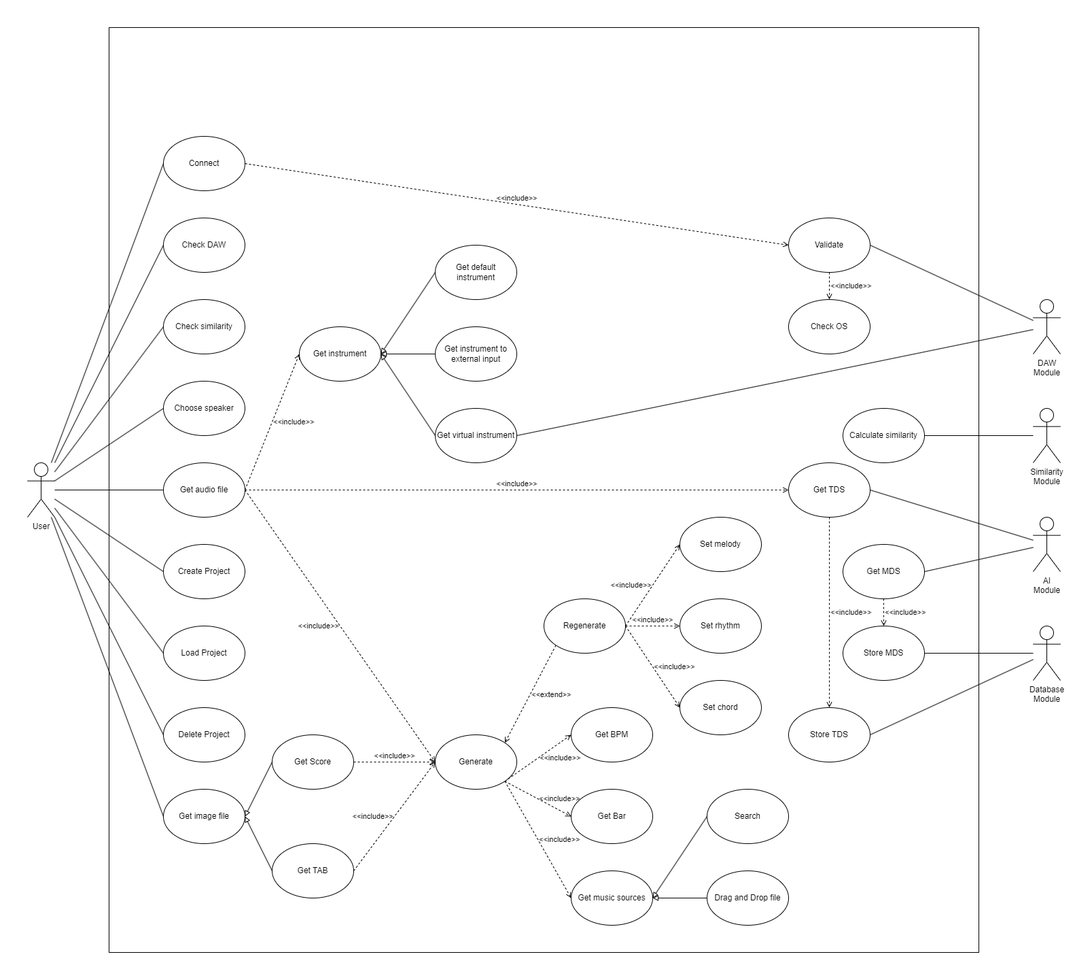
Before: UsecaseDiagram.png, a diagram exported from draw.io (yuz95a/yuz95a.github.io). Source tidied: cells renumbered, new cells last; positions are measured from the earlier drawing's top-left corner, leaving out a move shared by most shapes.
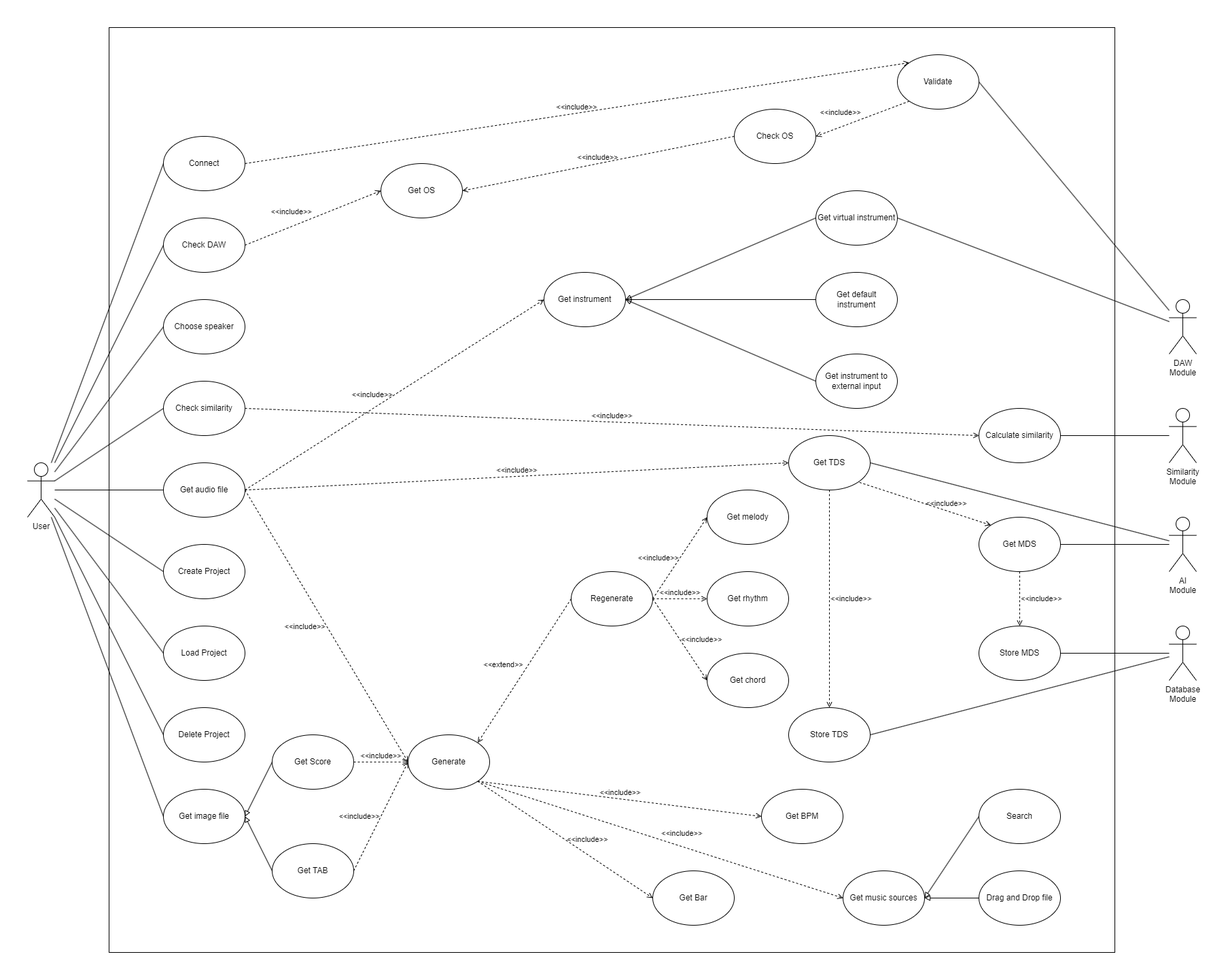
Later version of the same file.

Diff of the diagram source:
```diff
@@ -8,3 +8,3 @@
     <mxCell id="3" style="rounded=0;whiteSpace=wrap;html=1;fillColor=none;" parent="1" vertex="1">
-      <mxGeometry x="120" width="1280" height="1360" as="geometry" />
+      <mxGeometry x="120" width="1480" height="1360" as="geometry" />
     </mxCell>
@@ -13,3 +13,3 @@
     </mxCell>
-    <mxCell id="5" value="&amp;lt;&amp;lt;include&amp;gt;&amp;gt;" style="rounded=0;jettySize=auto;html=1;exitX=0.5;exitY=1;exitDx=0;exitDy=0;entryX=0.5;entryY=0;entryDx=0;entryDy=0;endArrow=open;endFill=0;dashed=1;labelBackgroundColor=none;verticalAlign=middle;labelPosition=right;verticalLabelPosition=middle;align=left;" parent="1" edge="1" source="6" target="78">
+    <mxCell id="5" value="&amp;lt;&amp;lt;include&amp;gt;&amp;gt;" style="rounded=0;jettySize=auto;html=1;exitX=0;exitY=1;exitDx=0;exitDy=0;entryX=1;entryY=0.5;entryDx=0;entryDy=0;endArrow=open;endFill=0;dashed=1;labelBackgroundColor=none;verticalAlign=bottom;labelPosition=left;verticalLabelPosition=top;align=right;" parent="1" edge="1" source="6" target="78">
       <mxGeometry relative="1" as="geometry" />
@@ -17,3 +17,3 @@
     <mxCell id="6" value="Validate" style="ellipse;whiteSpace=wrap;html=1;" parent="1" vertex="1">
-      <mxGeometry x="1120" y="280" width="120" height="80" as="geometry" />
+      <mxGeometry x="1280" y="40" width="120" height="80" as="geometry" />
     </mxCell>
@@ -23,3 +23,3 @@
     <mxCell id="8" value="Calculate similarity" style="ellipse;whiteSpace=wrap;html=1;" parent="1" vertex="1">
-      <mxGeometry x="1200" y="560" width="120" height="80" as="geometry" />
+      <mxGeometry x="1400" y="560" width="120" height="80" as="geometry" />
     </mxCell>
@@ -37,6 +37,6 @@
     </mxCell>
-    <mxCell id="13" value="&amp;lt;&amp;lt;include&amp;gt;&amp;gt;" style="rounded=0;jettySize=auto;html=1;exitX=1;exitY=1;exitDx=0;exitDy=0;entryX=0;entryY=0.5;entryDx=0;entryDy=0;dashed=1;endArrow=open;endFill=0;labelBackgroundColor=none;verticalAlign=middle;labelPosition=right;verticalLabelPosition=middle;align=left;" parent="1" edge="1" source="16" target="22">
+    <mxCell id="13" value="&amp;lt;&amp;lt;include&amp;gt;&amp;gt;" style="rounded=0;jettySize=auto;html=1;exitX=1;exitY=1;exitDx=0;exitDy=0;entryX=0;entryY=0.5;entryDx=0;entryDy=0;dashed=1;endArrow=open;endFill=0;labelBackgroundColor=none;verticalAlign=bottom;labelPosition=right;verticalLabelPosition=top;align=left;" parent="1" edge="1" source="16" target="22">
       <mxGeometry relative="1" as="geometry" />
     </mxCell>
-    <mxCell id="14" value="&amp;lt;&amp;lt;include&amp;gt;&amp;gt;" style="rounded=0;jettySize=auto;html=1;exitX=1;exitY=1;exitDx=0;exitDy=0;entryX=0;entryY=0.5;entryDx=0;entryDy=0;dashed=1;endArrow=open;endFill=0;labelBackgroundColor=none;verticalAlign=middle;labelPosition=right;verticalLabelPosition=middle;align=left;" parent="1" edge="1" source="16" target="52">
+    <mxCell id="14" value="&amp;lt;&amp;lt;include&amp;gt;&amp;gt;" style="rounded=0;jettySize=auto;html=1;exitX=1;exitY=1;exitDx=0;exitDy=0;entryX=0;entryY=0.5;entryDx=0;entryDy=0;dashed=1;endArrow=open;endFill=0;labelBackgroundColor=none;verticalAlign=bottom;labelPosition=center;verticalLabelPosition=top;align=center;" parent="1" edge="1" source="16" target="52">
       <mxGeometry relative="1" as="geometry" />
@@ -47,5 +47,5 @@
     <mxCell id="16" value="Generate" style="ellipse;whiteSpace=wrap;html=1;" parent="1" vertex="1">
-      <mxGeometry x="600" y="1040" width="120" height="80" as="geometry" />
+      <mxGeometry x="560" y="1040" width="120" height="80" as="geometry" />
     </mxCell>
-    <mxCell id="17" value="&amp;lt;&amp;lt;extend&amp;gt;&amp;gt;" style="rounded=0;jettySize=auto;html=1;exitX=0;exitY=1;exitDx=0;exitDy=0;entryX=1;entryY=0;entryDx=0;entryDy=0;dashed=1;endArrow=open;endFill=0;labelBackgroundColor=none;verticalAlign=middle;labelPosition=right;verticalLabelPosition=middle;align=left;" parent="1" edge="1" source="21" target="16">
+    <mxCell id="17" value="&amp;lt;&amp;lt;extend&amp;gt;&amp;gt;" style="rounded=0;jettySize=auto;html=1;exitX=0;exitY=0.5;exitDx=0;exitDy=0;entryX=1;entryY=0;entryDx=0;entryDy=0;dashed=1;endArrow=open;endFill=0;labelBackgroundColor=none;verticalAlign=bottom;labelPosition=left;verticalLabelPosition=top;align=right;" parent="1" edge="1" source="21" target="16">
       <mxGeometry relative="1" as="geometry" />
@@ -62,9 +62,9 @@
     <mxCell id="21" value="Regenerate" style="ellipse;whiteSpace=wrap;html=1;" parent="1" vertex="1">
-      <mxGeometry x="760" y="840" width="120" height="80" as="geometry" />
+      <mxGeometry x="800" y="800" width="120" height="80" as="geometry" />
     </mxCell>
     <mxCell id="22" value="Get music sources" style="ellipse;whiteSpace=wrap;html=1;" parent="1" vertex="1">
-      <mxGeometry x="800" y="1240" width="120" height="80" as="geometry" />
+      <mxGeometry x="1200" y="1240" width="120" height="80" as="geometry" />
     </mxCell>
     <mxCell id="23" value="Get instrument" style="ellipse;whiteSpace=wrap;html=1;" parent="1" vertex="1">
-      <mxGeometry x="400" y="440" width="120" height="80" as="geometry" />
+      <mxGeometry x="760" y="360" width="120" height="80" as="geometry" />
     </mxCell>
@@ -77,3 +77,3 @@
     <mxCell id="26" value="Get virtual instrument" style="ellipse;whiteSpace=wrap;html=1;" parent="1" vertex="1">
-      <mxGeometry x="600" y="560" width="120" height="80" as="geometry" />
+      <mxGeometry x="1160" y="240" width="120" height="80" as="geometry" />
     </mxCell>
@@ -83,3 +83,3 @@
     <mxCell id="28" value="Get default instrument" style="ellipse;whiteSpace=wrap;html=1;" parent="1" vertex="1">
-      <mxGeometry x="600" y="320" width="120" height="80" as="geometry" />
+      <mxGeometry x="1160" y="360" width="120" height="80" as="geometry" />
     </mxCell>
@@ -89,3 +89,3 @@
     <mxCell id="30" value="Get instrument to external input" style="ellipse;whiteSpace=wrap;html=1;" parent="1" vertex="1">
-      <mxGeometry x="600" y="440" width="120" height="80" as="geometry" />
+      <mxGeometry x="1160" y="480" width="120" height="80" as="geometry" />
     </mxCell>
@@ -118,3 +118,3 @@
     </mxCell>
-    <mxCell id="40" value="&amp;lt;&amp;lt;include&amp;gt;&amp;gt;" style="rounded=0;jettySize=auto;html=1;exitX=1;exitY=0.5;exitDx=0;exitDy=0;entryX=0;entryY=0.5;entryDx=0;entryDy=0;dashed=1;endArrow=open;endFill=0;labelBackgroundColor=none;verticalAlign=bottom;" parent="1" edge="1" source="41" target="6">
+    <mxCell id="40" value="&amp;lt;&amp;lt;include&amp;gt;&amp;gt;" style="rounded=0;jettySize=auto;html=1;exitX=1;exitY=0.5;exitDx=0;exitDy=0;entryX=0;entryY=0;entryDx=0;entryDy=0;dashed=1;endArrow=open;endFill=0;labelBackgroundColor=none;verticalAlign=bottom;" parent="1" edge="1" source="41" target="6">
       <mxGeometry relative="1" as="geometry" />
@@ -124,10 +124,10 @@
     </mxCell>
-    <mxCell id="42" value="Set rhythm" style="ellipse;whiteSpace=wrap;html=1;" parent="1" vertex="1">
-      <mxGeometry x="960" y="840" width="120" height="80" as="geometry" />
+    <mxCell id="42" value="Get rhythm" style="ellipse;whiteSpace=wrap;html=1;" parent="1" vertex="1">
+      <mxGeometry x="1000" y="800" width="120" height="80" as="geometry" />
     </mxCell>
-    <mxCell id="43" value="Set melody" style="ellipse;whiteSpace=wrap;html=1;" parent="1" vertex="1">
-      <mxGeometry x="960" y="720" width="120" height="80" as="geometry" />
+    <mxCell id="43" value="Get melody" style="ellipse;whiteSpace=wrap;html=1;" parent="1" vertex="1">
+      <mxGeometry x="1000" y="680" width="120" height="80" as="geometry" />
     </mxCell>
-    <mxCell id="44" value="Set chord" style="ellipse;whiteSpace=wrap;html=1;" parent="1" vertex="1">
-      <mxGeometry x="960" y="960" width="120" height="80" as="geometry" />
+    <mxCell id="44" value="&lt;div&gt;&lt;span style=&quot;background-color: initial;&quot;&gt;Get chord&lt;/span&gt;&lt;br&gt;&lt;/div&gt;" style="ellipse;whiteSpace=wrap;html=1;" parent="1" vertex="1">
+      <mxGeometry x="1000" y="920" width="120" height="80" as="geometry" />
     </mxCell>
@@ -136,3 +136,3 @@
     </mxCell>
-    <mxCell id="46" value="&amp;lt;&amp;lt;include&amp;gt;&amp;gt;" style="rounded=0;jettySize=auto;html=1;exitX=1;exitY=0.5;exitDx=0;exitDy=0;entryX=0;entryY=0.5;entryDx=0;entryDy=0;endArrow=open;endFill=0;dashed=1;verticalAlign=middle;labelBackgroundColor=none;labelPosition=right;verticalLabelPosition=middle;align=left;" parent="1" edge="1" source="49" target="23">
+    <mxCell id="46" value="&amp;lt;&amp;lt;include&amp;gt;&amp;gt;" style="rounded=0;jettySize=auto;html=1;exitX=1;exitY=0.5;exitDx=0;exitDy=0;entryX=0;entryY=0.5;entryDx=0;entryDy=0;endArrow=open;endFill=0;dashed=1;verticalAlign=middle;labelBackgroundColor=none;labelPosition=left;verticalLabelPosition=middle;align=right;" parent="1" edge="1" source="49" target="23">
       <mxGeometry relative="1" as="geometry" />
@@ -155,6 +155,6 @@
     <mxCell id="52" value="Get BPM" style="ellipse;whiteSpace=wrap;html=1;" parent="1" vertex="1">
-      <mxGeometry x="800" y="1000" width="120" height="80" as="geometry" />
+      <mxGeometry x="1080" y="1120" width="120" height="80" as="geometry" />
     </mxCell>
     <mxCell id="53" value="Get Bar" style="ellipse;whiteSpace=wrap;html=1;" parent="1" vertex="1">
-      <mxGeometry x="800" y="1120" width="120" height="80" as="geometry" />
+      <mxGeometry x="920" y="1240" width="120" height="80" as="geometry" />
     </mxCell>
@@ -164,3 +164,3 @@
     <mxCell id="55" value="Choose speaker" style="ellipse;whiteSpace=wrap;html=1;" parent="1" vertex="1">
-      <mxGeometry x="200" y="520" width="120" height="80" as="geometry" />
+      <mxGeometry x="200" y="400" width="120" height="80" as="geometry" />
     </mxCell>
@@ -169,2 +169,5 @@
     </mxCell>
+    <mxCell id="79" value="&amp;lt;&amp;lt;include&amp;gt;&amp;gt;" style="rounded=0;jettySize=auto;html=1;exitX=1;exitY=0.5;exitDx=0;exitDy=0;entryX=0;entryY=0.5;entryDx=0;entryDy=0;labelBackgroundColor=none;labelPosition=left;verticalLabelPosition=top;align=right;verticalAlign=bottom;dashed=1;endArrow=open;endFill=0;" parent="1" edge="1" source="57" target="82">
+      <mxGeometry relative="1" as="geometry" />
+    </mxCell>
     <mxCell id="57" value="Check DAW" style="ellipse;whiteSpace=wrap;html=1;" parent="1" vertex="1">
@@ -176,3 +179,3 @@
     <mxCell id="59" value="Search" style="ellipse;whiteSpace=wrap;html=1;" parent="1" vertex="1">
-      <mxGeometry x="1000" y="1120" width="120" height="80" as="geometry" />
+      <mxGeometry x="1400" y="1120" width="120" height="80" as="geometry" />
     </mxCell>
@@ -182,15 +185,15 @@
     <mxCell id="61" value="Drag and Drop file" style="ellipse;whiteSpace=wrap;html=1;" parent="1" vertex="1">
-      <mxGeometry x="1000" y="1240" width="120" height="80" as="geometry" />
+      <mxGeometry x="1400" y="1240" width="120" height="80" as="geometry" />
     </mxCell>
     <mxCell id="62" value="AI&lt;div&gt;Module&lt;/div&gt;" style="shape=umlActor;verticalLabelPosition=bottom;verticalAlign=top;html=1;outlineConnect=0;" parent="1" vertex="1">
-      <mxGeometry x="1480" y="720" width="40" height="80" as="geometry" />
+      <mxGeometry x="1680" y="720" width="40" height="80" as="geometry" />
     </mxCell>
     <mxCell id="63" value="Database&lt;div&gt;Module&lt;/div&gt;" style="shape=umlActor;verticalLabelPosition=bottom;verticalAlign=top;html=1;outlineConnect=0;" parent="1" vertex="1">
-      <mxGeometry x="1480" y="880" width="40" height="80" as="geometry" />
+      <mxGeometry x="1680" y="880" width="40" height="80" as="geometry" />
     </mxCell>
     <mxCell id="64" value="DAW&lt;div&gt;Module&lt;/div&gt;" style="shape=umlActor;verticalLabelPosition=bottom;verticalAlign=top;html=1;outlineConnect=0;" parent="1" vertex="1">
-      <mxGeometry x="1480" y="400" width="40" height="80" as="geometry" />
+      <mxGeometry x="1680" y="400" width="40" height="80" as="geometry" />
     </mxCell>
     <mxCell id="65" value="Similarity&lt;div&gt;Module&lt;/div&gt;" style="shape=umlActor;verticalLabelPosition=bottom;verticalAlign=top;html=1;outlineConnect=0;" parent="1" vertex="1">
-      <mxGeometry x="1480" y="560" width="40" height="80" as="geometry" />
+      <mxGeometry x="1680" y="560" width="40" height="80" as="geometry" />
     </mxCell>
@@ -202,4 +205,7 @@
     </mxCell>
+    <mxCell id="80" value="&amp;lt;&amp;lt;include&amp;gt;&amp;gt;" style="rounded=0;jettySize=auto;html=1;exitX=0;exitY=0;exitDx=0;exitDy=0;entryX=1;entryY=1;entryDx=0;entryDy=0;labelBackgroundColor=none;labelPosition=right;verticalLabelPosition=middle;align=left;verticalAlign=middle;dashed=1;endArrow=none;endFill=0;startArrow=open;startFill=0;" parent="1" edge="1" source="68" target="71">
+      <mxGeometry relative="1" as="geometry" />
+    </mxCell>
     <mxCell id="68" value="Get MDS" style="ellipse;whiteSpace=wrap;html=1;" parent="1" vertex="1">
-      <mxGeometry x="1200" y="760" width="120" height="80" as="geometry" />
+      <mxGeometry x="1400" y="720" width="120" height="80" as="geometry" />
     </mxCell>
@@ -212,3 +218,3 @@
     <mxCell id="71" value="Get TDS" style="ellipse;whiteSpace=wrap;html=1;" parent="1" vertex="1">
-      <mxGeometry x="1120" y="640" width="120" height="80" as="geometry" />
+      <mxGeometry x="1120" y="600" width="120" height="80" as="geometry" />
     </mxCell>
@@ -224,3 +230,3 @@
     <mxCell id="75" value="Store MDS" style="ellipse;whiteSpace=wrap;html=1;" parent="1" vertex="1">
-      <mxGeometry x="1200" y="880" width="120" height="80" as="geometry" />
+      <mxGeometry x="1400" y="880" width="120" height="80" as="geometry" />
     </mxCell>
@@ -229,8 +235,17 @@
     </mxCell>
+    <mxCell id="81" value="&amp;lt;&amp;lt;include&amp;gt;&amp;gt;" style="rounded=0;jettySize=auto;html=1;exitX=1;exitY=0.5;exitDx=0;exitDy=0;entryX=0;entryY=0.5;entryDx=0;entryDy=0;endArrow=open;endFill=0;dashed=1;labelPosition=center;verticalLabelPosition=top;align=center;verticalAlign=bottom;labelBackgroundColor=none;" parent="1" edge="1" source="77" target="8">
+      <mxGeometry relative="1" as="geometry" />
+    </mxCell>
     <mxCell id="77" value="Check similarity" style="ellipse;whiteSpace=wrap;html=1;" parent="1" vertex="1">
-      <mxGeometry x="200" y="400" width="120" height="80" as="geometry" />
+      <mxGeometry x="200" y="520" width="120" height="80" as="geometry" />
     </mxCell>
     <mxCell id="78" value="Check OS" style="ellipse;whiteSpace=wrap;html=1;" parent="1" vertex="1">
-      <mxGeometry x="1120" y="400" width="120" height="80" as="geometry" />
+      <mxGeometry x="1040" y="120" width="120" height="80" as="geometry" />
     </mxCell>
+    <mxCell id="82" value="Get OS" style="ellipse;whiteSpace=wrap;html=1;" parent="1" vertex="1">
+      <mxGeometry x="520" y="200" width="120" height="80" as="geometry" />
+    </mxCell>
+    <mxCell id="83" value="&amp;lt;&amp;lt;include&amp;gt;&amp;gt;" style="rounded=0;jettySize=auto;html=1;exitX=0;exitY=0.5;exitDx=0;exitDy=0;entryX=1;entryY=0.5;entryDx=0;entryDy=0;endArrow=open;endFill=0;dashed=1;labelBackgroundColor=none;verticalAlign=bottom;labelPosition=center;verticalLabelPosition=top;align=center;" parent="1" edge="1" source="78" target="82">
+      <mxGeometry relative="1" as="geometry" />
+    </mxCell>
   </root>
```
